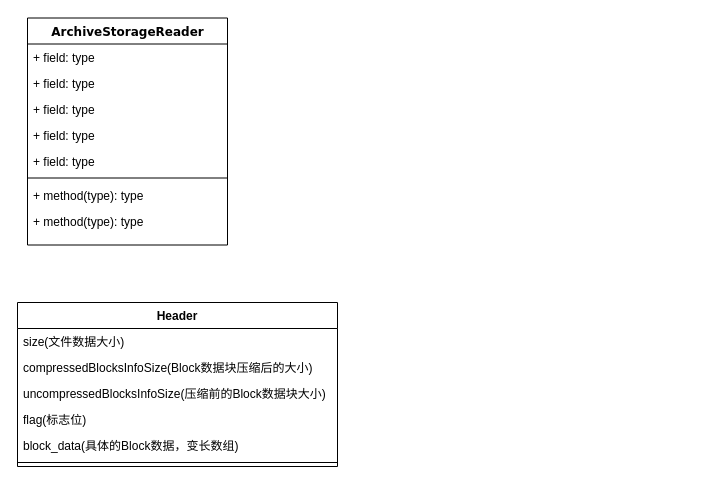
houxuanfelix/FelixCode keeps this draw.io diagram as Untitled Diagram.drawio. Above is the earlier version. Source tidied: cells renumbered, new cells numbered last; positions are measured from the earlier drawing's top-left corner, leaving out a move shared by most shapes. Both pictures are drawn from the tidied source at 100%, with x=0, y=0 at pixel (17, 18).
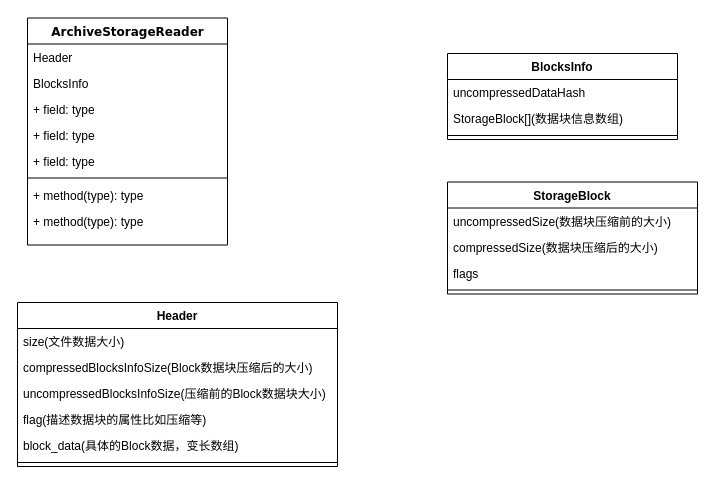
The same diagram, later.

The change refers to these unchanged cells:
```xml
<mxCell id="2" value="ArchiveStorageReader" style="swimlane;html=1;fontStyle=1;align=center;verticalAlign=top;horizontal=1;startSize=26;swimlaneFillColor=#ffffff;rounded=0;shadow=0;comic=0;labelBackgroundColor=none;strokeColor=#000000;strokeWidth=1;fillColor=none;fontFamily=Verdana;fontSize=12;fontColor=#000000;" parent="1" vertex="1">
  <mxGeometry x="10" y="-0.5" width="200" height="227" as="geometry" />
</mxCell>
<mxCell id="11" value="Header" style="swimlane;fontStyle=1;align=center;verticalAlign=top;horizontal=1;startSize=26;" parent="1" vertex="1">
  <mxGeometry y="284" width="320" height="164" as="geometry" />
</mxCell>
```

The edit, as a diff of the source:
```diff
@@
-    <mxCell id="3" value="+ field: type" style="text;html=1;strokeColor=none;fillColor=none;align=left;verticalAlign=top;spacingLeft=4;spacingRight=4;whiteSpace=wrap;overflow=hidden;" parent="2" vertex="1">
+    <mxCell id="3" value="Header" style="text;html=1;strokeColor=none;fillColor=none;align=left;verticalAlign=top;spacingLeft=4;spacingRight=4;whiteSpace=wrap;overflow=hidden;" parent="2" vertex="1">
       <mxGeometry y="26" width="200" height="26" as="geometry" />
     </mxCell>
-    <mxCell id="4" value="+ field: type" style="text;html=1;strokeColor=none;fillColor=none;align=left;verticalAlign=top;spacingLeft=4;spacingRight=4;whiteSpace=wrap;overflow=hidden;" parent="2" vertex="1">
+    <mxCell id="4" value="BlocksInfo" style="text;html=1;strokeColor=none;fillColor=none;align=left;verticalAlign=top;spacingLeft=4;spacingRight=4;whiteSpace=wrap;overflow=hidden;" parent="2" vertex="1">
       <mxGeometry y="52" width="200" height="26" as="geometry" />
     </mxCell>
@@
-    <mxCell id="15" value="flag(标志位)" style="text;strokeColor=none;fillColor=none;align=left;verticalAlign=top;spacingLeft=4;spacingRight=4;overflow=hidden;" parent="11" vertex="1">
+    <mxCell id="15" value="flag(描述数据块的属性比如压缩等)" style="text;strokeColor=none;fillColor=none;align=left;verticalAlign=top;spacingLeft=4;spacingRight=4;overflow=hidden;" parent="11" vertex="1">
       <mxGeometry y="104" width="320" height="26" as="geometry" />
     </mxCell>
@@
+    <mxCell id="18" value="StorageBlock" style="swimlane;fontStyle=1;align=center;verticalAlign=top;horizontal=1;startSize=26;" parent="1" vertex="1">
+      <mxGeometry x="430" y="163.5" width="250" height="112" as="geometry" />
+    </mxCell>
+    <mxCell id="19" value="uncompressedSize(数据块压缩前的大小)" style="text;strokeColor=none;fillColor=none;align=left;verticalAlign=top;spacingLeft=4;spacingRight=4;overflow=hidden;" parent="18" vertex="1">
+      <mxGeometry y="26" width="250" height="26" as="geometry" />
+    </mxCell>
+    <mxCell id="20" value="compressedSize(数据块压缩后的大小)" style="text;strokeColor=none;fillColor=none;align=left;verticalAlign=top;spacingLeft=4;spacingRight=4;overflow=hidden;" parent="18" vertex="1">
+      <mxGeometry y="52" width="250" height="26" as="geometry" />
+    </mxCell>
+    <mxCell id="21" value="flags" style="text;strokeColor=none;fillColor=none;align=left;verticalAlign=top;spacingLeft=4;spacingRight=4;overflow=hidden;" parent="18" vertex="1">
+      <mxGeometry y="78" width="250" height="26" as="geometry" />
+    </mxCell>
+    <mxCell id="22" style="line;strokeWidth=1;fillColor=none;align=left;verticalAlign=middle;spacingTop=-1;spacingLeft=3;spacingRight=3;labelPosition=right;" parent="18" vertex="1">
+      <mxGeometry y="104" width="250" height="8" as="geometry" />
+    </mxCell>
+    <mxCell id="23" value="BlocksInfo" style="swimlane;fontStyle=1;align=center;verticalAlign=top;horizontal=1;startSize=26;" parent="1" vertex="1">
+      <mxGeometry x="430" y="35" width="230" height="86" as="geometry" />
+    </mxCell>
+    <mxCell id="24" value="uncompressedDataHash" style="text;strokeColor=none;fillColor=none;align=left;verticalAlign=top;spacingLeft=4;spacingRight=4;overflow=hidden;" parent="23" vertex="1">
+      <mxGeometry y="26" width="230" height="26" as="geometry" />
+    </mxCell>
+    <mxCell id="25" value="StorageBlock[](数据块信息数组)" style="text;strokeColor=none;fillColor=none;align=left;verticalAlign=top;spacingLeft=4;spacingRight=4;overflow=hidden;" parent="23" vertex="1">
+      <mxGeometry y="52" width="230" height="26" as="geometry" />
+    </mxCell>
+    <mxCell id="26" style="line;strokeWidth=1;fillColor=none;align=left;verticalAlign=middle;spacingTop=-1;spacingLeft=3;spacingRight=3;labelPosition=right;" parent="23" vertex="1">
+      <mxGeometry y="78" width="230" height="8" as="geometry" />
+    </mxCell>
```
